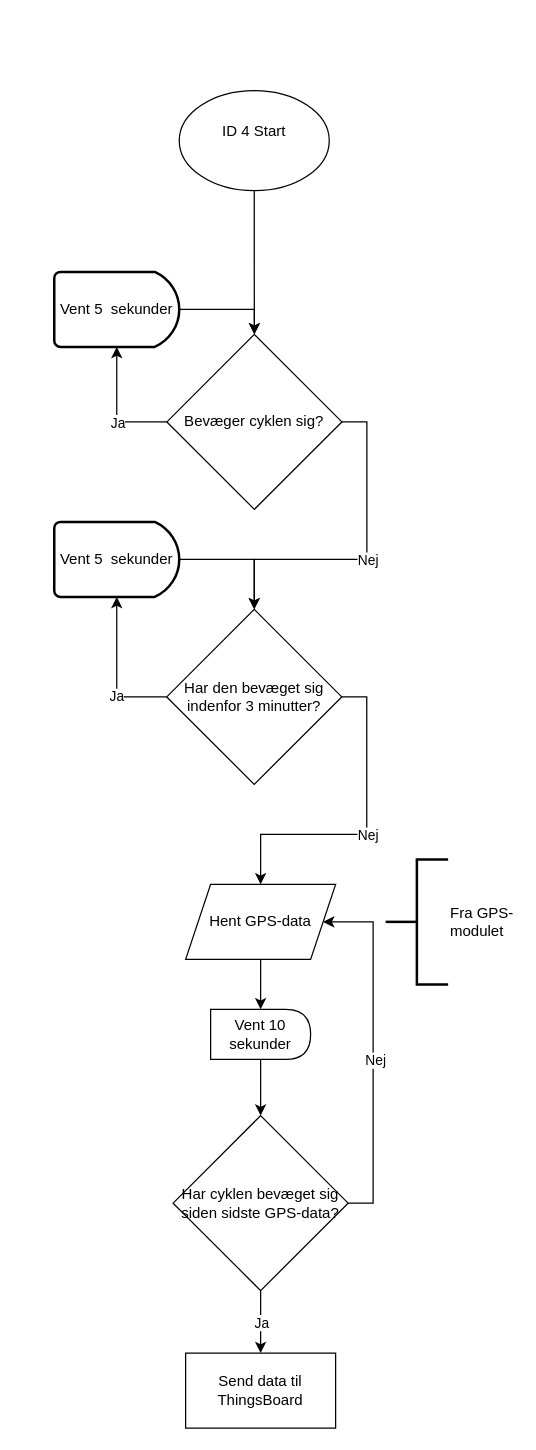
Above: ID 04, P1/ID4 V1 Sporing af cykel efter 3 minutter.drawio in KEA-E24-B9-IOT1/E24-B9-IoT1 (draw.io), before the change. Source tidied: cells renumbered, new cells numbered last; positions are measured from the earlier drawing's top-left corner, leaving out a move shared by most shapes. Both pictures are drawn from the tidied source at 125%, with x=0, y=0 at pixel (-528, 90).
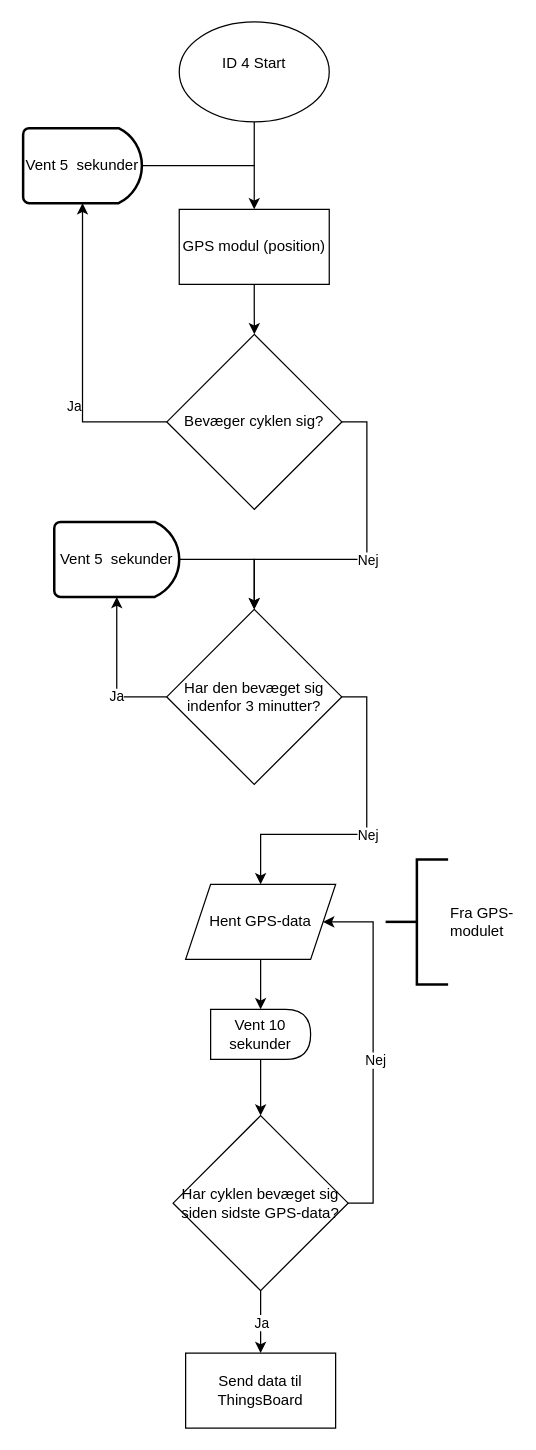
The same page after the edit.

Commit message:
Tilføjet en løsning til at måle cyklens bevægelse

The change refers to these unchanged cells:
```xml
<mxCell id="9" value="Bevæger cyklen sig?" style="rhombus;whiteSpace=wrap;html=1;" parent="1" vertex="1">
  <mxGeometry x="555" y="195" width="140" height="140" as="geometry" />
</mxCell>
```

The edit, as a diff of the source:
```diff
@@
-    <mxCell id="5" style="edgeStyle=orthogonalEdgeStyle;rounded=0;jettySize=auto;html=1;entryX=0.5;entryY=0;entryDx=0;entryDy=0;" parent="1" edge="1" source="6" target="9">
+    <mxCell id="5" style="edgeStyle=orthogonalEdgeStyle;rounded=0;jettySize=auto;html=1;entryX=0.5;entryY=0;entryDx=0;entryDy=0;" parent="1" edge="1" source="33" target="9">
       <mxGeometry relative="1" as="geometry" />
     </mxCell>
     <mxCell id="6" value="&lt;div&gt;ID 4 Start&lt;/div&gt;&lt;div&gt;&lt;br&gt;&lt;/div&gt;" style="ellipse;whiteSpace=wrap;html=1;" parent="1" vertex="1">
-      <mxGeometry x="564.9" width="120" height="80" as="geometry" />
+      <mxGeometry x="564.9" y="-55" width="120" height="80" as="geometry" />
     </mxCell>
@@
-    <mxCell id="10" style="edgeStyle=orthogonalEdgeStyle;rounded=0;jettySize=auto;html=1;exitX=1;exitY=0.5;exitDx=0;exitDy=0;exitPerimeter=0;entryX=0.5;entryY=0;entryDx=0;entryDy=0;" parent="1" edge="1" source="11" target="9">
-      <mxGeometry relative="1" as="geometry" />
-    </mxCell>
     <mxCell id="11" value="Vent 5&amp;nbsp; sekunder" style="strokeWidth=2;html=1;shape=mxgraph.flowchart.delay;whiteSpace=wrap;" parent="1" vertex="1">
-      <mxGeometry x="464.9" y="145" width="100" height="60" as="geometry" />
+      <mxGeometry x="440" y="30" width="95" height="60" as="geometry" />
     </mxCell>
@@
+    <mxCell id="32" style="edgeStyle=orthogonalEdgeStyle;rounded=0;jettySize=auto;html=1;entryX=0.5;entryY=0;entryDx=0;entryDy=0;" parent="1" edge="1" source="6" target="33">
+      <mxGeometry relative="1" as="geometry">
+        <Array as="points">
+          <mxPoint x="625" y="60" />
+          <mxPoint x="625" y="60" />
+        </Array>
+      </mxGeometry>
+    </mxCell>
+    <mxCell id="33" value="GPS modul (position)" style="rounded=0;whiteSpace=wrap;html=1;" parent="1" vertex="1">
+      <mxGeometry x="564.9" y="95" width="120" height="60" as="geometry" />
+    </mxCell>
+    <mxCell id="34" style="endArrow=none;html=1;rounded=0;fontSize=12;startSize=8;endSize=8;curved=1;exitX=1;exitY=0.5;exitDx=0;exitDy=0;exitPerimeter=0;" parent="1" edge="1" source="11">
+      <mxGeometry relative="1" as="geometry">
+        <mxPoint x="625" y="60" as="targetPoint" />
+      </mxGeometry>
+    </mxCell>
```
